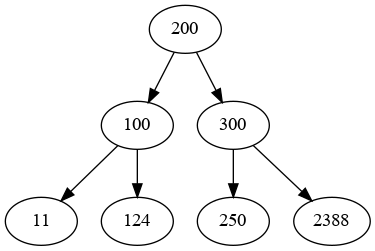
Earlier version of the Graphviz export output.png (chopikus/ll-rb-tree). Its source is kept beside it as output.dot.
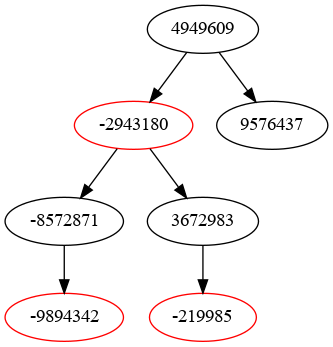
After the commit.

Change to the diagram source:
```diff
@@ -1,15 +1,15 @@
 digraph g {
-B [label=200, color = BLACK]
-A [label=100, color = BLACK]
-B-> A
-H [label=11, color = BLACK]
-A-> H
-F [label=124, color = BLACK]
-A-> F
-D [label=300, color = BLACK]
-B-> D
-E [label=250, color = BLACK]
-D-> E
-G [label=2388, color = BLACK]
+D [label=4949609, color = BLACK]
+G [label=-2943180, color = RED]
 D-> G
+H [label=-8572871, color = BLACK]
+G-> H
+J [label=-9894342, color = RED]
+H-> J
+E [label=3672983, color = BLACK]
+G-> E
+I [label=-219985, color = RED]
+E-> I
+F [label=9576437, color = BLACK]
+D-> F
 }
```
